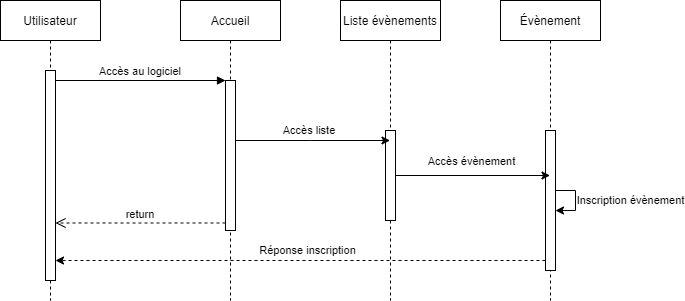
This is Sequence_Diagram_Utilisateur.png from Thhems/GLPOO-MALIX, a draw.io export, as it was before one commit. Source tidied: cells renumbered, new cells last; positions are measured from the earlier drawing's top-left corner, leaving out a move shared by most shapes.
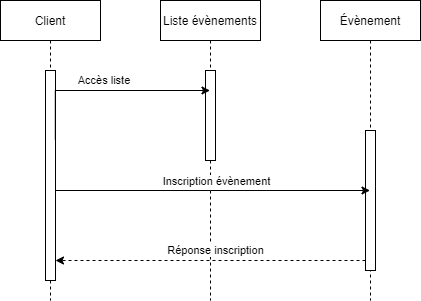
After the change.

What changed in the source:
```diff
@@ -2,35 +2,22 @@
   <root>
     <mxCell id="0" />
     <mxCell id="1" parent="0" />
-    <mxCell id="2" value="Utilisateur" style="shape=umlLifeline;perimeter=lifelinePerimeter;rounded=0;shadow=0;strokeWidth=1;" parent="1" vertex="1">
-      <mxGeometry width="100" height="300" as="geometry" />
+    <mxCell id="2" value="Client" style="shape=umlLifeline;perimeter=lifelinePerimeter;rounded=0;shadow=0;strokeWidth=1;" parent="1" vertex="1">
+      <mxGeometry x="180" width="100" height="300" as="geometry" />
     </mxCell>
     <mxCell id="3" style="points=[];perimeter=orthogonalPerimeter;rounded=0;shadow=0;strokeWidth=1;" parent="2" vertex="1">
       <mxGeometry x="45" y="70" width="10" height="210" as="geometry" />
     </mxCell>
-    <mxCell id="4" value="Accueil" style="shape=umlLifeline;perimeter=lifelinePerimeter;rounded=0;shadow=0;strokeWidth=1;" parent="1" vertex="1">
-      <mxGeometry x="180" width="100" height="300" as="geometry" />
-    </mxCell>
-    <mxCell id="5" style="points=[];perimeter=orthogonalPerimeter;rounded=0;shadow=0;strokeWidth=1;" parent="4" vertex="1">
-      <mxGeometry x="45" y="80" width="10" height="150" as="geometry" />
-    </mxCell>
-    <mxCell id="6" value="return" style="verticalAlign=bottom;endArrow=open;dashed=1;endSize=8;exitX=0;exitY=0.95;shadow=0;strokeWidth=1;" parent="1" edge="1" source="5" target="3">
-      <mxGeometry relative="1" as="geometry" />
-    </mxCell>
-    <mxCell id="7" value="Accès au logiciel" style="verticalAlign=bottom;endArrow=block;entryX=0;entryY=0;shadow=0;strokeWidth=1;" parent="1" edge="1" source="3" target="5">
-      <mxGeometry relative="1" as="geometry" />
-    </mxCell>
     <mxCell id="8" value="Liste évènements" style="shape=umlLifeline;perimeter=lifelinePerimeter;rounded=0;shadow=0;strokeWidth=1;" parent="1" vertex="1">
       <mxGeometry x="340" width="100" height="300" as="geometry" />
     </mxCell>
     <mxCell id="9" style="points=[];perimeter=orthogonalPerimeter;rounded=0;shadow=0;strokeWidth=1;" parent="8" vertex="1">
-      <mxGeometry x="45" y="130" width="10" height="90" as="geometry" />
+      <mxGeometry x="45" y="70" width="10" height="90" as="geometry" />
     </mxCell>
-    <mxCell id="10" value="Accès liste&amp;nbsp;" style="edgeStyle=orthogonalEdgeStyle;rounded=0;jettySize=auto;html=1;" parent="1" edge="1" source="5" target="8">
+    <mxCell id="10" value="Accès liste&amp;nbsp;" style="edgeStyle=orthogonalEdgeStyle;rounded=0;jettySize=auto;html=1;exitX=0.98;exitY=0.33;exitDx=0;exitDy=0;exitPerimeter=0;" parent="1" edge="1" source="3" target="8">
       <mxGeometry x="-0.03" y="10" relative="1" as="geometry">
         <Array as="points">
-          <mxPoint x="310" y="140" />
-          <mxPoint x="310" y="140" />
+          <mxPoint x="235" y="90" />
         </Array>
       </mxGeometry>
     </mxCell>
@@ -40,29 +27,26 @@
     <mxCell id="12" style="points=[];perimeter=orthogonalPerimeter;rounded=0;shadow=0;strokeWidth=1;" parent="11" vertex="1">
       <mxGeometry x="45" y="130" width="10" height="140" as="geometry" />
     </mxCell>
+    <mxCell id="16" value="Réponse inscription" style="edgeStyle=orthogonalEdgeStyle;rounded=0;jettySize=auto;html=1;dashed=1;" parent="1" edge="1" source="12">
+      <mxGeometry x="-0.03" y="-10" relative="1" as="geometry">
+        <mxPoint x="235" y="260" as="targetPoint" />
+        <Array as="points">
+          <mxPoint x="235" y="260" />
+        </Array>
+      </mxGeometry>
+    </mxCell>
+    <mxCell id="17" style="edgeStyle=orthogonalEdgeStyle;rounded=0;jettySize=auto;html=1;" parent="1" edge="1" source="3" target="11">
+      <mxGeometry relative="1" as="geometry">
+        <Array as="points">
+          <mxPoint x="390" y="190" />
+          <mxPoint x="390" y="190" />
+        </Array>
+      </mxGeometry>
+    </mxCell>
-    <mxCell id="13" value="Inscription évènement" style="edgeStyle=orthogonalEdgeStyle;rounded=0;orthogonalLoop=1;jettySize=auto;html=1;" parent="11" edge="1" source="12" target="12">
-      <mxGeometry y="55" relative="1" as="geometry" />
+    <mxCell id="13" value="Inscription évènement" style="edgeLabel;html=1;align=center;verticalAlign=middle;" parent="17" vertex="1">
+      <mxGeometry x="0.19" relative="1" as="geometry">
+        <mxPoint x="-27" y="-10" as="offset" />
+      </mxGeometry>
     </mxCell>
-    <mxCell id="14" style="edgeStyle=orthogonalEdgeStyle;rounded=0;jettySize=auto;html=1;" parent="1" edge="1" source="9" target="11">
-      <mxGeometry relative="1" as="geometry">
-        <Array as="points">
-          <mxPoint x="500" y="175" />
-          <mxPoint x="500" y="175" />
-        </Array>
-      </mxGeometry>
-    </mxCell>
-    <mxCell id="15" value="Accès évènement" style="edgeLabel;html=1;align=center;verticalAlign=middle;" parent="14" vertex="1">
-      <mxGeometry x="-0.14" y="-3" relative="1" as="geometry">
-        <mxPoint x="8" y="-18" as="offset" />
-      </mxGeometry>
-    </mxCell>
-    <mxCell id="16" value="Réponse inscription" style="edgeStyle=orthogonalEdgeStyle;rounded=0;jettySize=auto;html=1;dashed=1;" parent="1" edge="1" source="12">
-      <mxGeometry x="-0.03" y="-10" relative="1" as="geometry">
-        <mxPoint x="55" y="260" as="targetPoint" />
-        <Array as="points">
-          <mxPoint x="55" y="260" />
-        </Array>
-      </mxGeometry>
-    </mxCell>
   </root>
 </mxGraphModel>
```
